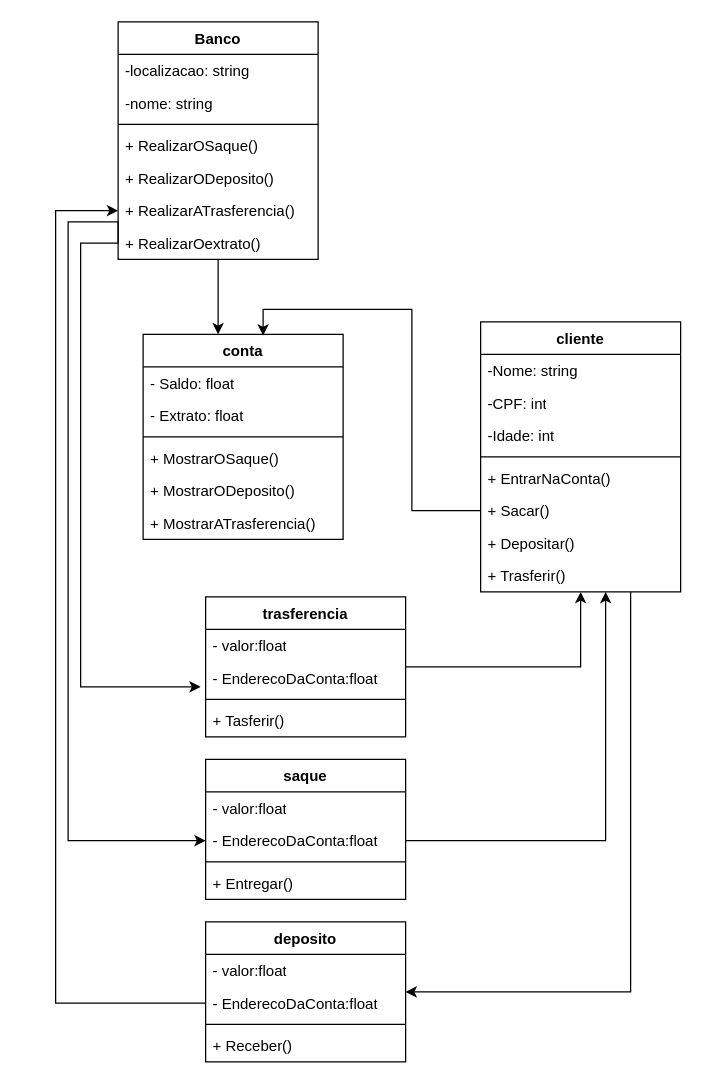
Earlier version of the draw.io diagram Diagrama de classes_Bank.drawio (Renancorea/ENGS). Source tidied: cells renumbered, new cells numbered last; positions are measured from the earlier drawing's top-left corner, leaving out a move shared by most shapes. Both pictures are drawn from the tidied source at 125%, with x=0, y=0 at pixel (55, 21).
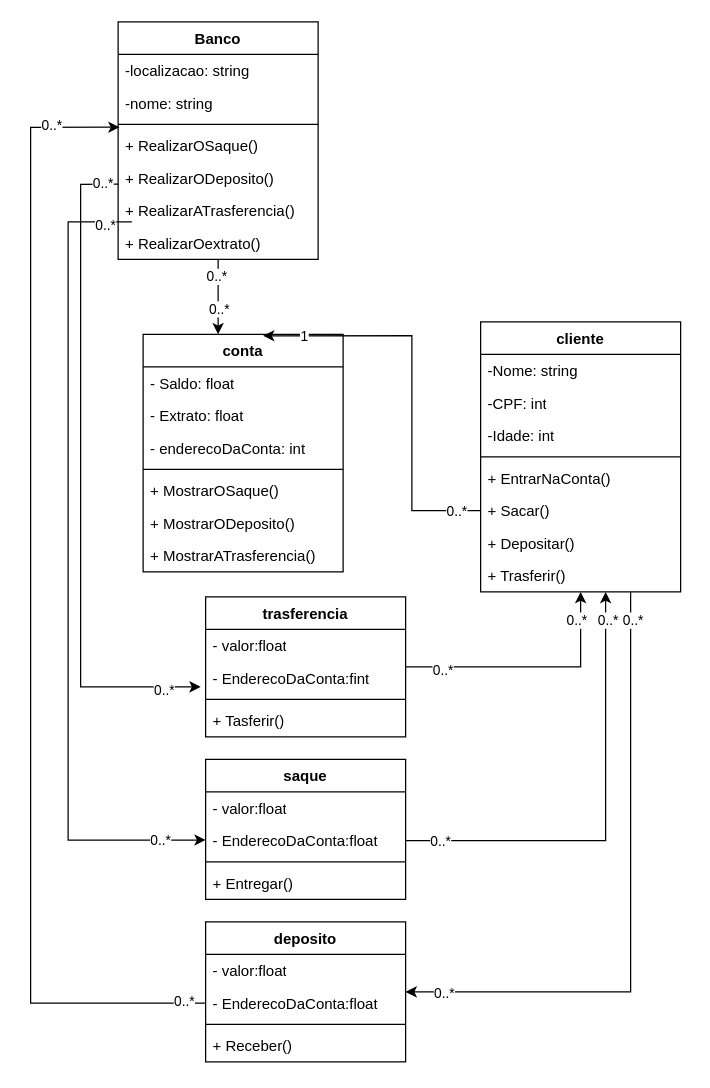
The same page after the edit.

Unchanged cells that the change refers to:
```xml
<mxCell id="2" style="edgeStyle=orthogonalEdgeStyle;rounded=0;jettySize=auto;html=1;exitX=0.75;exitY=1;exitDx=0;exitDy=0;entryX=1;entryY=0.5;entryDx=0;entryDy=0;" parent="1" edge="1" source="3" target="36">
  <mxGeometry relative="1" as="geometry" />
</mxCell>
<mxCell id="19" style="edgeStyle=orthogonalEdgeStyle;rounded=0;jettySize=auto;html=1;exitX=0.5;exitY=1;exitDx=0;exitDy=0;entryX=0.375;entryY=0;entryDx=0;entryDy=0;entryPerimeter=0;" parent="1" edge="1" source="20" target="12">
  <mxGeometry relative="1" as="geometry" />
</mxCell>
<mxCell id="24" value="+ RealizarOSaque()" style="text;strokeColor=none;fillColor=none;align=left;verticalAlign=top;spacingLeft=4;spacingRight=4;overflow=hidden;points=[[0,0.5],[1,0.5]];portConstraint=eastwest;whiteSpace=wrap;html=1;shadow=1;" parent="20" vertex="1">
  <mxGeometry y="86" width="160" height="26" as="geometry" />
</mxCell>
<mxCell id="25" value="+ RealizarODeposito()" style="text;strokeColor=none;fillColor=none;align=left;verticalAlign=top;spacingLeft=4;spacingRight=4;overflow=hidden;points=[[0,0.5],[1,0.5]];portConstraint=eastwest;whiteSpace=wrap;html=1;shadow=1;" parent="20" vertex="1">
  <mxGeometry y="112" width="160" height="26" as="geometry" />
</mxCell>
<mxCell id="26" value="+ RealizarATrasferencia()" style="text;strokeColor=none;fillColor=none;align=left;verticalAlign=top;spacingLeft=4;spacingRight=4;overflow=hidden;points=[[0,0.5],[1,0.5]];portConstraint=eastwest;whiteSpace=wrap;html=1;shadow=1;" parent="20" vertex="1">
  <mxGeometry y="138" width="160" height="26" as="geometry" />
</mxCell>
<mxCell id="27" value="+ RealizarOextrato()" style="text;strokeColor=none;fillColor=none;align=left;verticalAlign=top;spacingLeft=4;spacingRight=4;overflow=hidden;points=[[0,0.5],[1,0.5]];portConstraint=eastwest;whiteSpace=wrap;html=1;shadow=1;" parent="20" vertex="1">
  <mxGeometry y="164" width="160" height="26" as="geometry" />
</mxCell>
<mxCell id="28" style="edgeStyle=orthogonalEdgeStyle;rounded=0;jettySize=auto;html=1;entryX=0.6;entryY=0.006;entryDx=0;entryDy=0;entryPerimeter=0;" parent="1" edge="1" source="9" target="12">
  <mxGeometry relative="1" as="geometry" />
</mxCell>
<mxCell id="29" style="edgeStyle=orthogonalEdgeStyle;rounded=0;jettySize=auto;html=1;entryX=0.5;entryY=1;entryDx=0;entryDy=0;" parent="1" edge="1" source="30" target="3">
  <mxGeometry relative="1" as="geometry" />
</mxCell>
<mxCell id="30" value="trasferencia" style="swimlane;fontStyle=1;align=center;verticalAlign=top;horizontal=1;startSize=26;whiteSpace=wrap;html=1;" parent="1" vertex="1">
  <mxGeometry x="120" y="460" width="160" height="112" as="geometry" />
</mxCell>
<mxCell id="38" value="&lt;div&gt;- EnderecoDaConta:float&lt;/div&gt;" style="text;strokeColor=none;fillColor=none;align=left;verticalAlign=top;spacingLeft=4;spacingRight=4;overflow=hidden;points=[[0,0.5],[1,0.5]];portConstraint=eastwest;whiteSpace=wrap;html=1;" parent="36" vertex="1">
  <mxGeometry y="52" width="160" height="26" as="geometry" />
</mxCell>
<mxCell id="44" value="&lt;div&gt;- EnderecoDaConta:float&lt;/div&gt;" style="text;strokeColor=none;fillColor=none;align=left;verticalAlign=top;spacingLeft=4;spacingRight=4;overflow=hidden;points=[[0,0.5],[1,0.5]];portConstraint=eastwest;whiteSpace=wrap;html=1;" parent="42" vertex="1">
  <mxGeometry y="52" width="160" height="26" as="geometry" />
</mxCell>
<mxCell id="48" style="edgeStyle=orthogonalEdgeStyle;rounded=0;jettySize=auto;html=1;exitX=1;exitY=0.5;exitDx=0;exitDy=0;" parent="1" edge="1" source="44" target="11">
  <mxGeometry relative="1" as="geometry">
    <Array as="points">
      <mxPoint x="440" y="655" />
    </Array>
  </mxGeometry>
</mxCell>
```

What changed in the source:
```diff
@@
+    <mxCell id="49" value="0..*" style="edgeLabel;html=1;align=center;verticalAlign=middle;" parent="2" vertex="1">
+      <mxGeometry x="-0.91" y="1" relative="1" as="geometry" />
+    </mxCell>
+    <mxCell id="50" value="0..*" style="edgeLabel;html=1;align=center;verticalAlign=middle;" parent="2" vertex="1">
+      <mxGeometry x="0.88" relative="1" as="geometry" />
+    </mxCell>
@@
     <mxCell id="12" value="conta" style="swimlane;fontStyle=1;align=center;verticalAlign=top;horizontal=1;startSize=26;whiteSpace=wrap;html=1;" parent="1" vertex="1">
-      <mxGeometry x="70" y="250" width="160" height="164" as="geometry" />
+      <mxGeometry x="70" y="250" width="160" height="190" as="geometry" />
     </mxCell>
@@
+    <mxCell id="51" value="- enderecoDaConta: int" style="text;strokeColor=none;fillColor=none;align=left;verticalAlign=top;spacingLeft=4;spacingRight=4;overflow=hidden;whiteSpace=wrap;html=1;" parent="12" vertex="1">
+      <mxGeometry y="78" width="160" height="26" as="geometry" />
+    </mxCell>
     <mxCell id="15" style="line;strokeWidth=1;fillColor=none;align=left;verticalAlign=middle;spacingTop=-1;spacingLeft=3;spacingRight=3;labelPosition=right;strokeColor=inherit;" parent="12" vertex="1">
-      <mxGeometry y="78" width="160" height="8" as="geometry" />
+      <mxGeometry y="104" width="160" height="8" as="geometry" />
     </mxCell>
     <mxCell id="16" value="+ MostrarOSaque()" style="text;strokeColor=none;fillColor=none;align=left;verticalAlign=top;spacingLeft=4;spacingRight=4;overflow=hidden;whiteSpace=wrap;html=1;shadow=1;" parent="12" vertex="1">
-      <mxGeometry y="86" width="160" height="26" as="geometry" />
+      <mxGeometry y="112" width="160" height="26" as="geometry" />
     </mxCell>
     <mxCell id="17" value="+ MostrarODeposito()" style="text;strokeColor=none;fillColor=none;align=left;verticalAlign=top;spacingLeft=4;spacingRight=4;overflow=hidden;whiteSpace=wrap;html=1;shadow=1;" parent="12" vertex="1">
-      <mxGeometry y="112" width="160" height="26" as="geometry" />
+      <mxGeometry y="138" width="160" height="26" as="geometry" />
     </mxCell>
     <mxCell id="18" value="+ MostrarATrasferencia()" style="text;strokeColor=none;fillColor=none;align=left;verticalAlign=top;spacingLeft=4;spacingRight=4;overflow=hidden;whiteSpace=wrap;html=1;shadow=1;" parent="12" vertex="1">
-      <mxGeometry y="138" width="160" height="26" as="geometry" />
+      <mxGeometry y="164" width="160" height="26" as="geometry" />
     </mxCell>
@@
+    <mxCell id="52" value="0..*" style="edgeLabel;html=1;align=center;verticalAlign=middle;" parent="19" vertex="1">
+      <mxGeometry x="-0.57" y="-2" relative="1" as="geometry" />
+    </mxCell>
+    <mxCell id="53" value="0..*" style="edgeLabel;html=1;align=center;verticalAlign=middle;" parent="19" vertex="1">
+      <mxGeometry x="0.3" relative="1" as="geometry" />
+    </mxCell>
@@
+    <mxCell id="54" value="0..*" style="edgeLabel;html=1;align=center;verticalAlign=middle;" parent="28" vertex="1">
+      <mxGeometry x="-0.87" relative="1" as="geometry" />
+    </mxCell>
+    <mxCell id="55" value="1" style="edgeLabel;html=1;align=center;verticalAlign=middle;" parent="28" vertex="1">
+      <mxGeometry x="0.79" relative="1" as="geometry" />
+    </mxCell>
@@
+    <mxCell id="56" value="0..*" style="edgeLabel;html=1;align=center;verticalAlign=middle;" parent="29" vertex="1">
+      <mxGeometry x="-0.71" y="-2" relative="1" as="geometry" />
+    </mxCell>
+    <mxCell id="57" value="0..*" style="edgeLabel;html=1;align=center;verticalAlign=middle;" parent="29" vertex="1">
+      <mxGeometry x="0.78" y="4" relative="1" as="geometry" />
+    </mxCell>
@@
-    <mxCell id="32" value="&lt;div&gt;- EnderecoDaConta:float&lt;/div&gt;" style="text;strokeColor=none;fillColor=none;align=left;verticalAlign=top;spacingLeft=4;spacingRight=4;overflow=hidden;points=[[0,0.5],[1,0.5]];portConstraint=eastwest;whiteSpace=wrap;html=1;" parent="30" vertex="1">
+    <mxCell id="32" value="&lt;div&gt;- EnderecoDaConta:fint&lt;/div&gt;" style="text;strokeColor=none;fillColor=none;align=left;verticalAlign=top;spacingLeft=4;spacingRight=4;overflow=hidden;points=[[0,0.5],[1,0.5]];portConstraint=eastwest;whiteSpace=wrap;html=1;" parent="30" vertex="1">
       <mxGeometry y="52" width="160" height="26" as="geometry" />
     </mxCell>
@@
-    <mxCell id="35" style="edgeStyle=orthogonalEdgeStyle;rounded=0;jettySize=auto;html=1;entryX=-0.025;entryY=0.769;entryDx=0;entryDy=0;entryPerimeter=0;" parent="1" edge="1" source="27" target="32">
+    <mxCell id="35" style="edgeStyle=orthogonalEdgeStyle;rounded=0;jettySize=auto;html=1;entryX=-0.025;entryY=0.769;entryDx=0;entryDy=0;entryPerimeter=0;exitX=0.001;exitY=0.687;exitDx=0;exitDy=0;exitPerimeter=0;" parent="1" edge="1" source="25" target="32">
       <mxGeometry relative="1" as="geometry">
         <Array as="points">
-          <mxPoint x="20" y="177" />
+          <mxPoint x="20" y="130" />
           <mxPoint x="20" y="532" />
         </Array>
       </mxGeometry>
     </mxCell>
+    <mxCell id="58" value="0..*" style="edgeLabel;html=1;align=center;verticalAlign=middle;" parent="35" vertex="1">
+      <mxGeometry x="-0.95" y="-1" relative="1" as="geometry" />
+    </mxCell>
+    <mxCell id="59" value="0..*" style="edgeLabel;html=1;align=center;verticalAlign=middle;" parent="35" vertex="1">
+      <mxGeometry x="0.89" y="-3" relative="1" as="geometry" />
+    </mxCell>
@@
-    <mxCell id="41" style="edgeStyle=orthogonalEdgeStyle;rounded=0;jettySize=auto;html=1;entryX=0;entryY=0.5;entryDx=0;entryDy=0;" parent="1" edge="1" source="38" target="26">
+    <mxCell id="41" style="edgeStyle=orthogonalEdgeStyle;rounded=0;jettySize=auto;html=1;entryX=0.007;entryY=-0.066;entryDx=0;entryDy=0;entryPerimeter=0;exitX=0;exitY=0.5;exitDx=0;exitDy=0;" parent="1" edge="1" source="38" target="24">
       <mxGeometry relative="1" as="geometry">
         <Array as="points">
-          <mxPoint y="785" />
-          <mxPoint y="151" />
+          <mxPoint x="-20" y="785" />
+          <mxPoint x="-20" y="84" />
         </Array>
       </mxGeometry>
     </mxCell>
+    <mxCell id="60" value="0..*" style="edgeLabel;html=1;align=center;verticalAlign=middle;" parent="41" vertex="1">
+      <mxGeometry x="0.88" y="2" relative="1" as="geometry" />
+    </mxCell>
+    <mxCell id="61" value="0..*" style="edgeLabel;html=1;align=center;verticalAlign=middle;" parent="41" vertex="1">
+      <mxGeometry x="-0.96" y="-2" relative="1" as="geometry" />
+    </mxCell>
@@
-    <mxCell id="47" style="edgeStyle=orthogonalEdgeStyle;rounded=0;jettySize=auto;html=1;exitX=0;exitY=0.5;exitDx=0;exitDy=0;entryX=0;entryY=0.5;entryDx=0;entryDy=0;" parent="1" edge="1" source="27" target="44">
+    <mxCell id="47" style="edgeStyle=orthogonalEdgeStyle;rounded=0;orthogonalLoop=1;jettySize=auto;html=1;entryX=0;entryY=0.5;entryDx=0;entryDy=0;" parent="1" edge="1">
       <mxGeometry relative="1" as="geometry">
+        <mxPoint x="60" y="160" as="sourcePoint" />
+        <mxPoint x="120" y="654.5" as="targetPoint" />
         <Array as="points">
-          <mxPoint x="50" y="160" />
+          <mxPoint x="61" y="160" />
           <mxPoint x="10" y="160" />
           <mxPoint x="10" y="655" />
         </Array>
       </mxGeometry>
     </mxCell>
+    <mxCell id="62" value="0..*" style="edgeLabel;html=1;align=center;verticalAlign=middle;" parent="47" vertex="1">
+      <mxGeometry x="-0.93" y="2" relative="1" as="geometry" />
+    </mxCell>
+    <mxCell id="63" value="0..*" style="edgeLabel;html=1;align=center;verticalAlign=middle;" parent="47" vertex="1">
+      <mxGeometry x="0.89" relative="1" as="geometry" />
+    </mxCell>
@@
+    <mxCell id="64" value="0..*" style="edgeLabel;html=1;align=center;verticalAlign=middle;" parent="48" vertex="1">
+      <mxGeometry x="0.88" y="-1" relative="1" as="geometry" />
+    </mxCell>
+    <mxCell id="65" value="0..*" style="edgeLabel;html=1;align=center;verticalAlign=middle;" parent="48" vertex="1">
+      <mxGeometry x="-0.85" relative="1" as="geometry" />
+    </mxCell>
```
